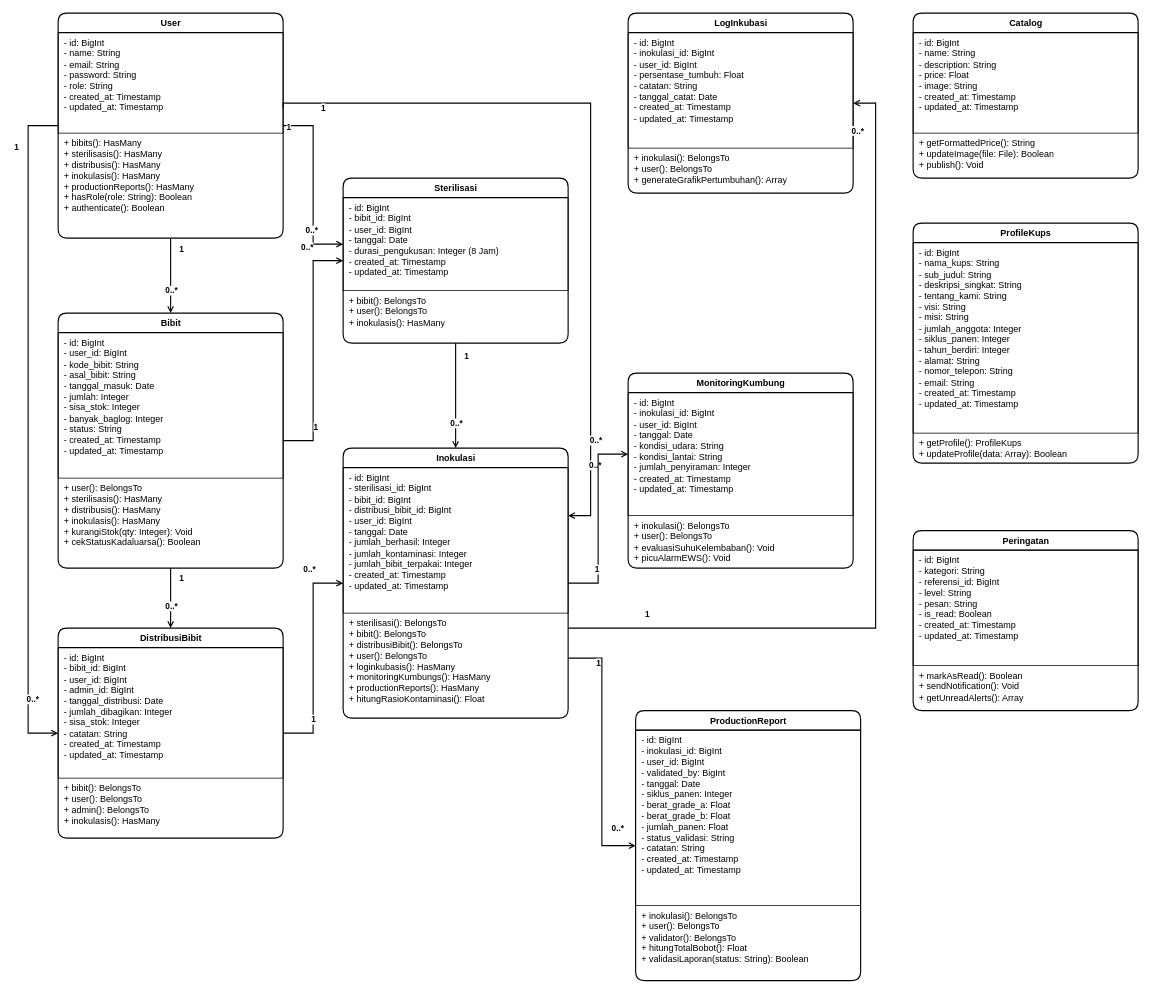
DaraAnggunJelita/jamur_tiram keeps this draw.io diagram as class_diagram_jamur_tiram.drawio. Above is the earlier version. Source tidied: cells renumbered, new cells numbered last; positions are measured from the earlier drawing's top-left corner, leaving out a move shared by most shapes. Both pictures are drawn from the tidied source at 75%, with x=0, y=0 at pixel (28, 13).
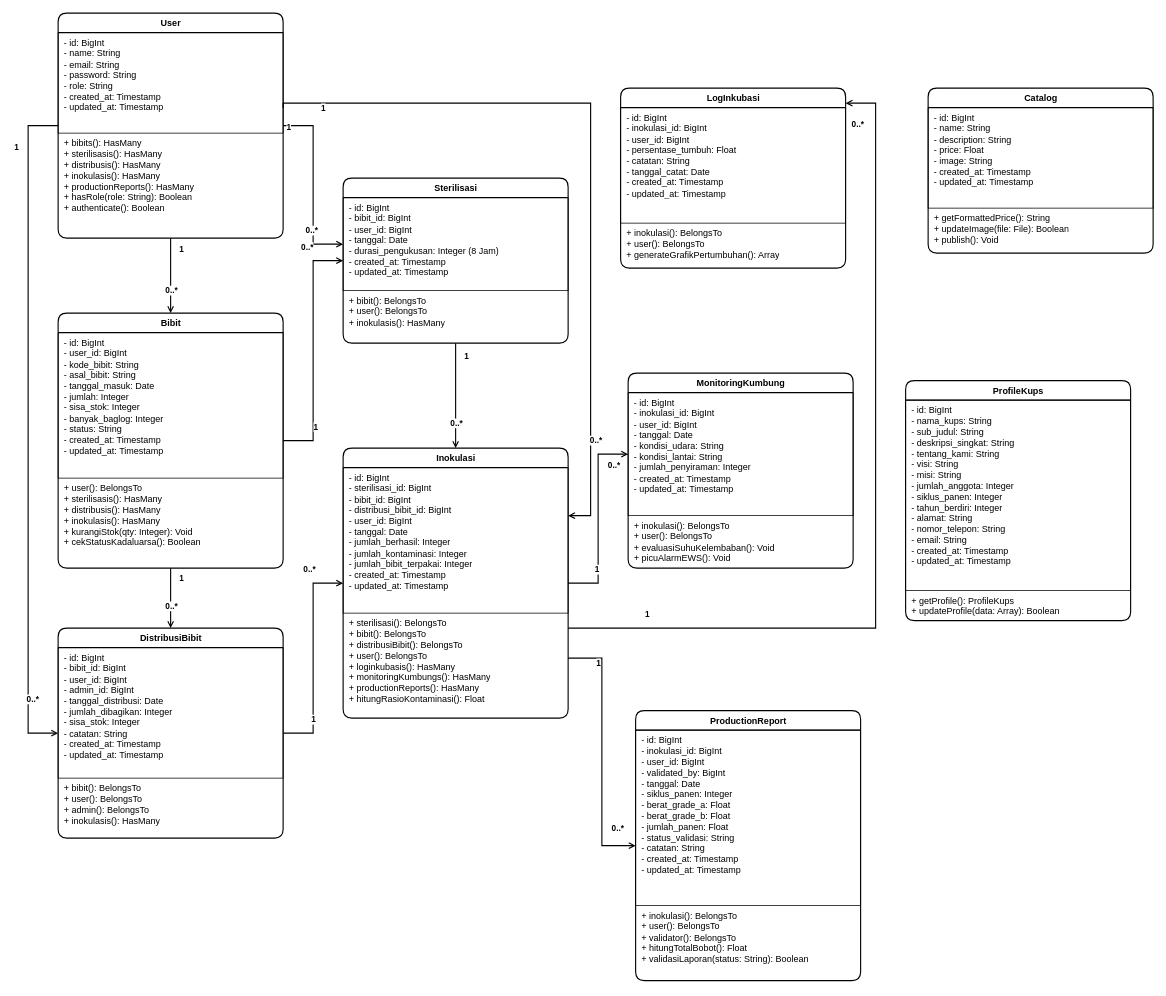
The same page after the edit.

Commit message (it also covers changes not shown here):
penghapusan tabel peringatan

The change refers to these unchanged cells:
```xml
<mxCell id="44" style="edgeStyle=orthogonalEdgeStyle;rounded=0;jettySize=auto;html=1;endArrow=open;endFill=0;strokeColor=#000000;strokeWidth=1.5;entryX=1;entryY=0.25;entryDx=0;entryDy=0;exitX=1;exitY=0.75;exitDx=0;exitDy=0;" parent="1" edge="1" source="3" target="14">
  <mxGeometry relative="1" as="geometry">
    <Array as="points">
      <mxPoint x="340" y="120" />
      <mxPoint x="750" y="120" />
      <mxPoint x="750" y="670" />
    </Array>
  </mxGeometry>
</mxCell>
```

Diff of the diagram source:
```diff
@@
     <mxCell id="20" value="LogInkubasi" style="swimlane;fontStyle=1;align=center;verticalAlign=top;horizontal=1;startSize=26;html=1;fillColor=#ffffff;strokeColor=#000000;strokeWidth=1.5;rounded=1;" parent="1" vertex="1">
-      <mxGeometry x="800" width="300" height="240" as="geometry" />
+      <mxGeometry x="790" y="100" width="300" height="240" as="geometry" />
     </mxCell>
@@
     <mxCell id="26" value="Catalog" style="swimlane;fontStyle=1;align=center;verticalAlign=top;horizontal=1;startSize=26;html=1;fillColor=#ffffff;strokeColor=#000000;strokeWidth=1.5;rounded=1;" parent="1" vertex="1">
-      <mxGeometry x="1180" width="300" height="220" as="geometry" />
+      <mxGeometry x="1200" y="100" width="300" height="220" as="geometry" />
     </mxCell>
@@
     <mxCell id="29" value="ProfileKups" style="swimlane;fontStyle=1;align=center;verticalAlign=top;horizontal=1;startSize=26;html=1;fillColor=#ffffff;strokeColor=#000000;strokeWidth=1.5;rounded=1;" parent="1" vertex="1">
-      <mxGeometry x="1180" y="280" width="300" height="320" as="geometry" />
+      <mxGeometry x="1170" y="490" width="300" height="320" as="geometry" />
     </mxCell>
@@
-    <mxCell id="32" value="Peringatan" style="swimlane;fontStyle=1;align=center;verticalAlign=top;horizontal=1;startSize=26;html=1;fillColor=#ffffff;strokeColor=#000000;strokeWidth=1.5;rounded=1;" parent="1" vertex="1">
-      <mxGeometry x="1180" y="690" width="300" height="240" as="geometry" />
-    </mxCell>
-    <mxCell id="33" value="- id: BigInt&#10;- kategori: String&#10;- referensi_id: BigInt&#10;- level: String&#10;- pesan: String&#10;- is_read: Boolean&#10;- created_at: Timestamp&#10;- updated_at: Timestamp" style="text;strokeColor=#000000;fillColor=none;align=left;verticalAlign=top;spacingLeft=6;spacingRight=6;overflow=hidden;html=1;" parent="32" vertex="1">
-      <mxGeometry y="26" width="300" height="154" as="geometry" />
-    </mxCell>
-    <mxCell id="34" value="+ markAsRead(): Boolean&#10;+ sendNotification(): Void&#10;+ getUnreadAlerts(): Array" style="text;strokeColor=none;fillColor=none;align=left;verticalAlign=top;spacingLeft=6;spacingRight=6;overflow=hidden;html=1;" parent="32" vertex="1">
-      <mxGeometry y="180" width="300" height="60" as="geometry" />
-    </mxCell>
@@
     <mxCell id="46" value="0..*" style="edgeLabel;html=1;align=right;verticalAlign=bottom;fontStyle=1;" parent="44" vertex="1">
       <mxGeometry x="0.85" relative="1" as="geometry">
-        <mxPoint x="15" y="-15" as="offset" />
+        <mxPoint x="40" y="-15" as="offset" />
       </mxGeometry>
     </mxCell>
```
